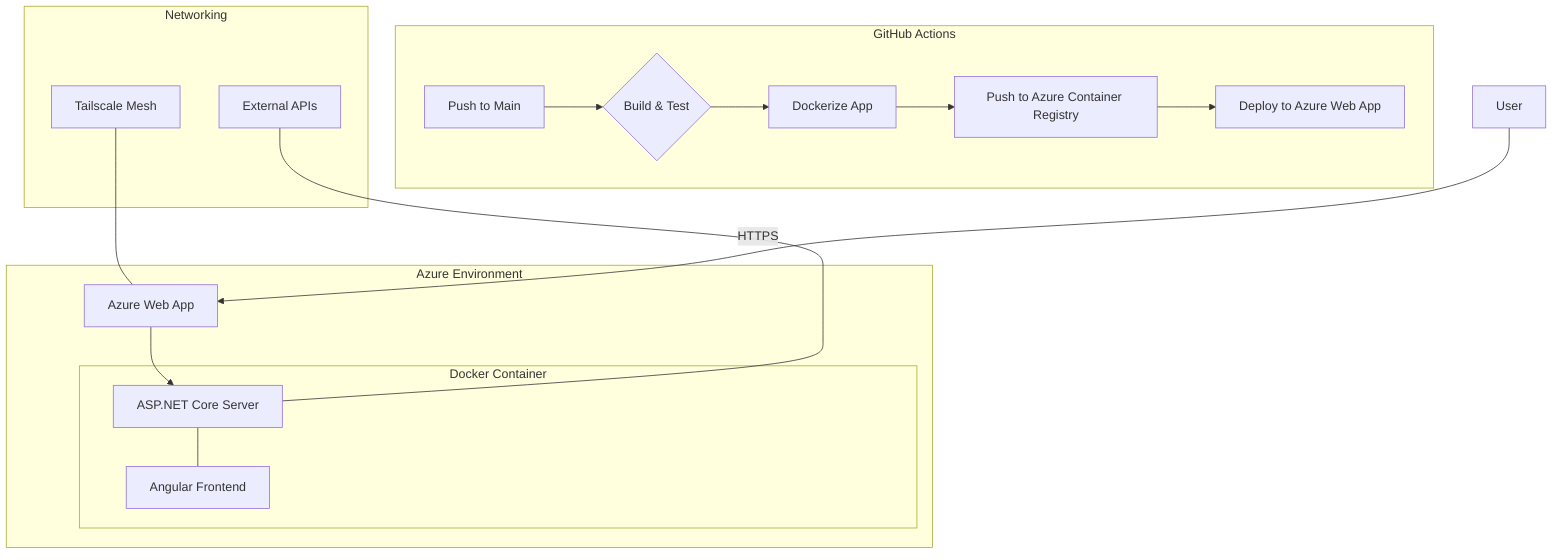
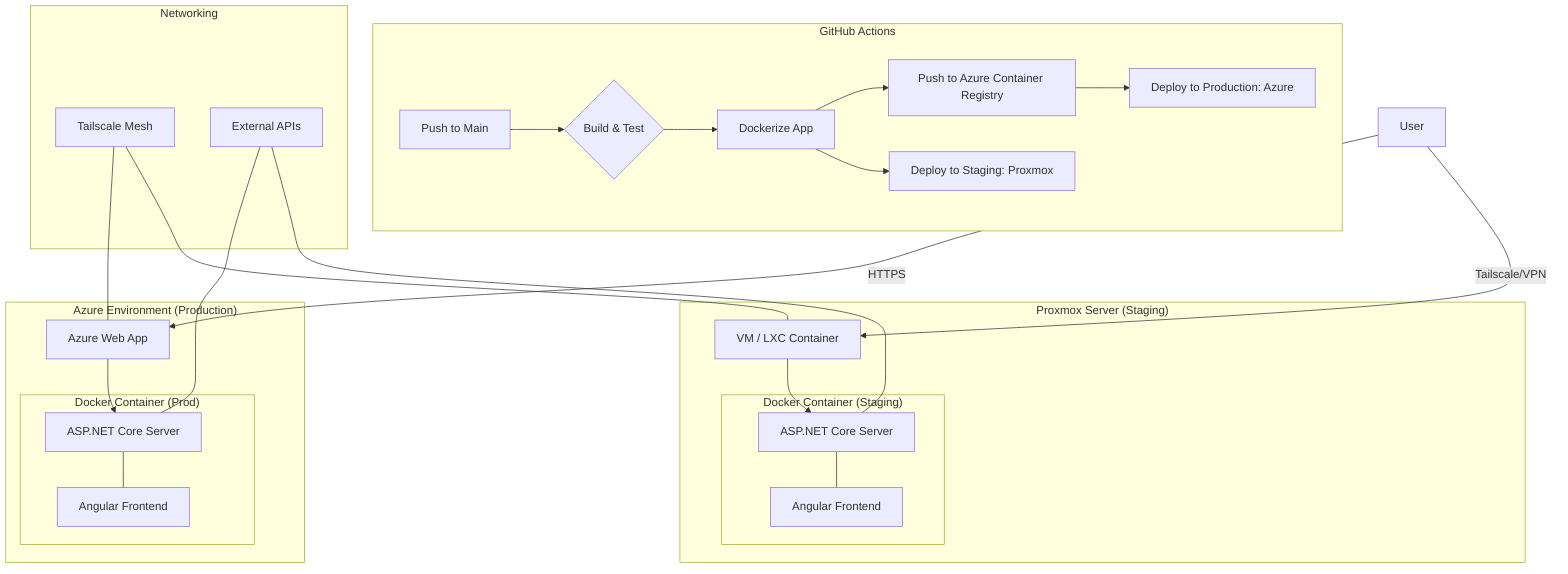
graph TD
    subgraph "GitHub Actions"
        A[Push to Main] --> B{Build & Test}
        B --> C[Dockerize App]
        C --> D[Push to Azure Container Registry]
-         D --> E[Deploy to Azure Web App]
+         D --> E[Deploy to Production: Azure]
+         C --> L[Deploy to Staging: Proxmox]
    end

-     subgraph "Azure Environment"
+     subgraph "Azure Environment (Production)"
        F[Azure Web App]
-         subgraph "Docker Container"
+         subgraph "Docker Container (Prod)"
            G[ASP.NET Core Server]
            H[Angular Frontend]
            G --- H
        end
        F --> G
    end

+     subgraph "Proxmox Server (Staging)"
+         M[VM / LXC Container]
+         subgraph "Docker Container (Staging)"
+             N[ASP.NET Core Server]
+             O[Angular Frontend]
+             N --- O
+         end
+         M --> N
+     end
+ 
    subgraph "Networking"
        I[Tailscale Mesh] --- F
+         I --- M
        J[External APIs] --- G
+         J --- N
    end

    K[User] -->|HTTPS| F
+     K -->|Tailscale/VPN| M
